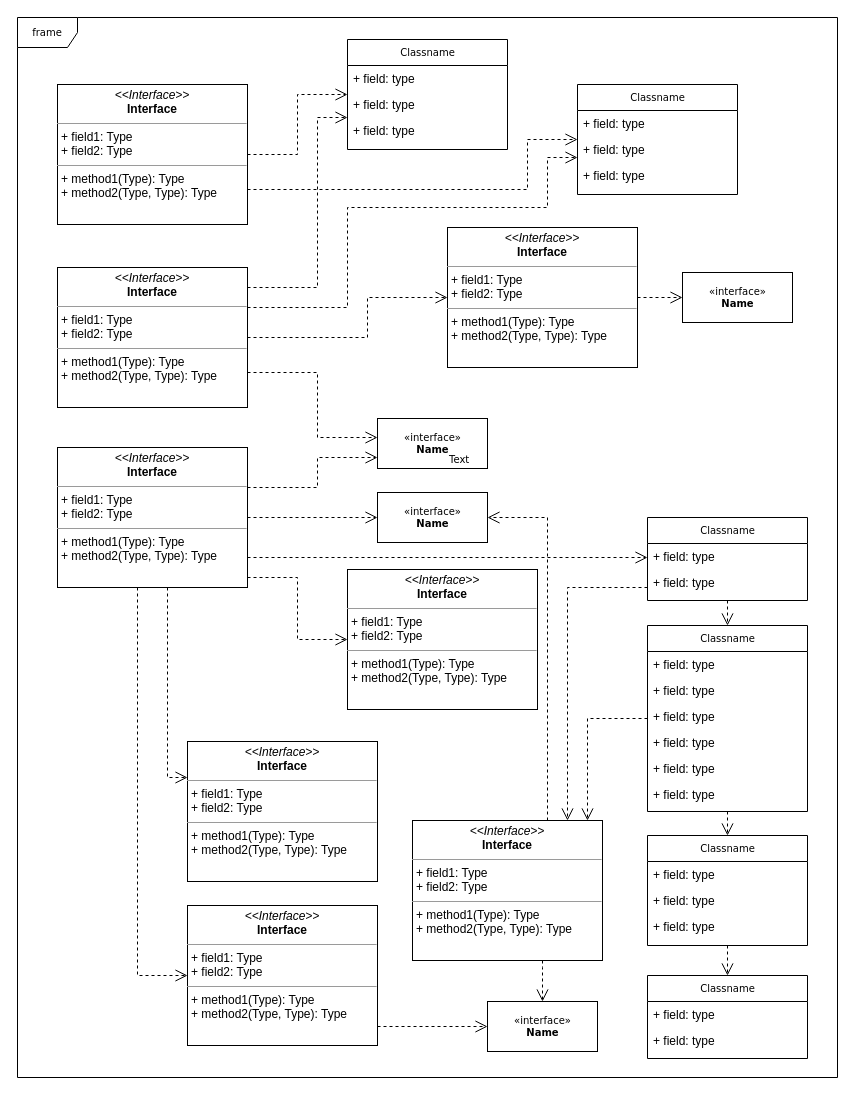
Above: 分号模式.drawio in LXZ-lab/drawio (draw.io), before the change. Source tidied: cells renumbered, new cells numbered last; positions are measured from the earlier drawing's top-left corner, leaving out a move shared by most shapes. Both pictures are drawn from the tidied source at 100%, with x=0, y=0 at pixel (17, 17).
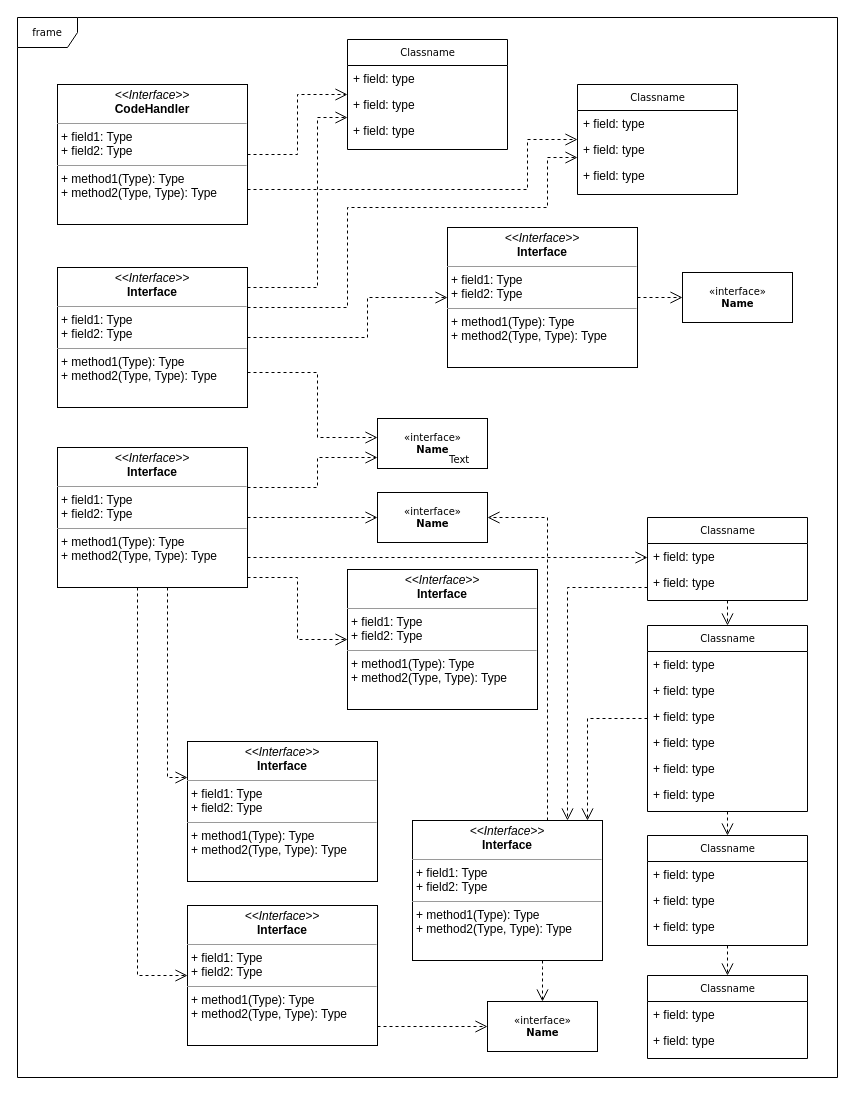
The same diagram, later.

Commit message:
更新分号模式.drawio

Diff of the diagram source:
```diff
@@
-    <mxCell id="48" value="&lt;p style=&quot;margin:0px;margin-top:4px;text-align:center;&quot;&gt;&lt;i&gt;&amp;lt;&amp;lt;Interface&amp;gt;&amp;gt;&lt;/i&gt;&lt;br/&gt;&lt;b&gt;Interface&lt;/b&gt;&lt;/p&gt;&lt;hr size=&quot;1&quot;/&gt;&lt;p style=&quot;margin:0px;margin-left:4px;&quot;&gt;+ field1: Type&lt;br/&gt;+ field2: Type&lt;/p&gt;&lt;hr size=&quot;1&quot;/&gt;&lt;p style=&quot;margin:0px;margin-left:4px;&quot;&gt;+ method1(Type): Type&lt;br/&gt;+ method2(Type, Type): Type&lt;/p&gt;" style="verticalAlign=top;align=left;overflow=fill;fontSize=12;fontFamily=Helvetica;html=1;rounded=0;shadow=0;comic=0;labelBackgroundColor=none;strokeWidth=1;" parent="1" vertex="1">
+    <mxCell id="48" value="&lt;p style=&quot;margin:0px;margin-top:4px;text-align:center;&quot;&gt;&lt;i&gt;&amp;lt;&amp;lt;Interface&amp;gt;&amp;gt;&lt;/i&gt;&lt;br&gt;&lt;b&gt;CodeHandler&lt;/b&gt;&lt;/p&gt;&lt;hr size=&quot;1&quot;&gt;&lt;p style=&quot;margin:0px;margin-left:4px;&quot;&gt;+ field1: Type&lt;br&gt;+ field2: Type&lt;/p&gt;&lt;hr size=&quot;1&quot;&gt;&lt;p style=&quot;margin:0px;margin-left:4px;&quot;&gt;+ method1(Type): Type&lt;br&gt;+ method2(Type, Type): Type&lt;/p&gt;" style="verticalAlign=top;align=left;overflow=fill;fontSize=12;fontFamily=Helvetica;html=1;rounded=0;shadow=0;comic=0;labelBackgroundColor=none;strokeWidth=1;" parent="1" vertex="1">
       <mxGeometry x="40" y="67" width="190" height="140" as="geometry" />
     </mxCell>
```
